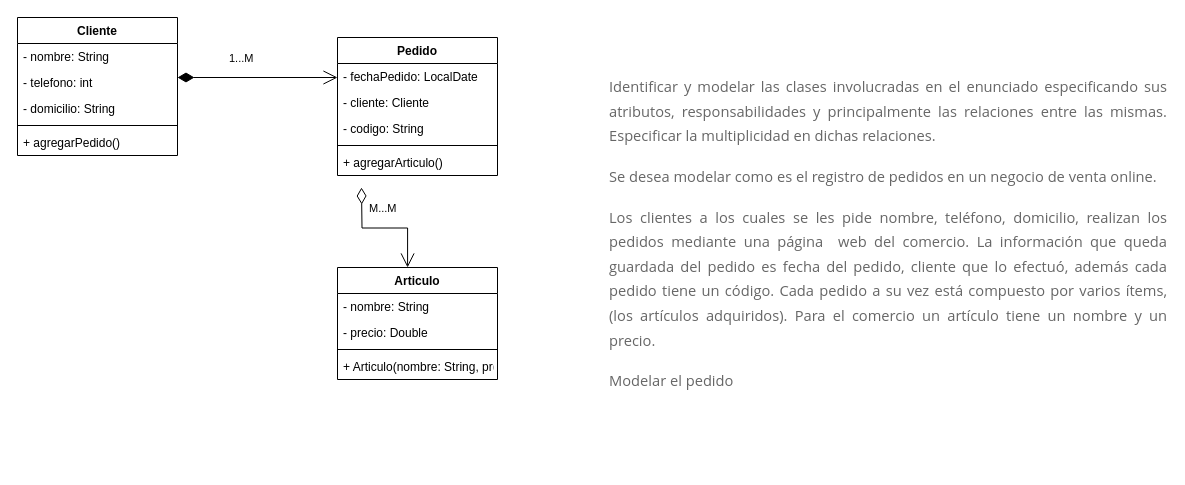
Earlier version of the draw.io diagram clase7S_modelado.drawio (NachoMol/POO). Source tidied: cells renumbered, new cells numbered last; positions are measured from the earlier drawing's top-left corner, leaving out a move shared by most shapes. Both pictures are drawn from the tidied source at 100%, with x=0, y=0 at pixel (17, 17).
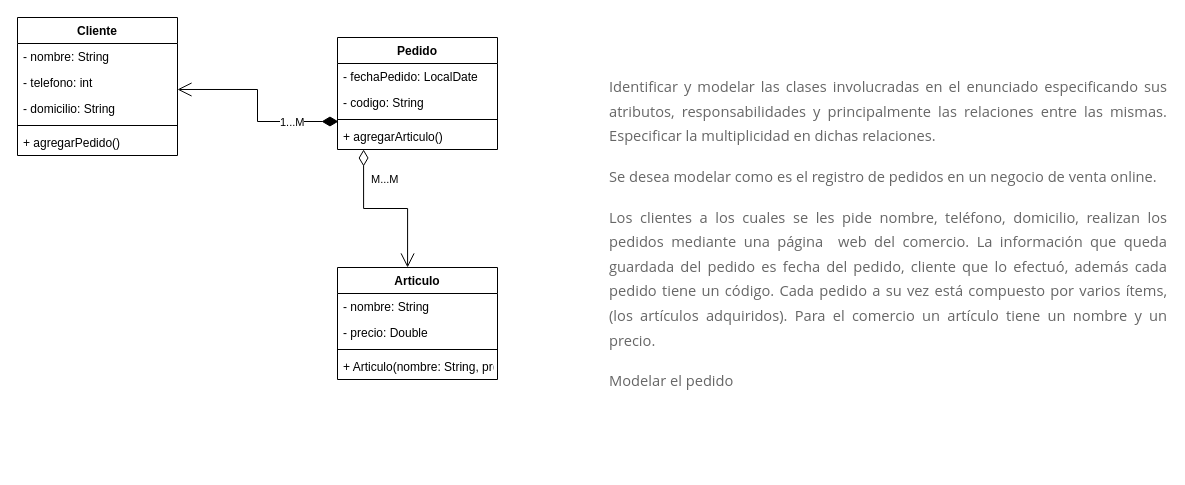
Above is the later version.

Commit message (it also covers changes not shown here):
fixeando atributos clase Pedido

The change refers to these unchanged cells:
```xml
<mxCell id="4" value="- telefono: int" style="text;strokeColor=none;fillColor=none;align=left;verticalAlign=top;spacingLeft=4;spacingRight=4;overflow=hidden;points=[[0,0.5],[1,0.5]];portConstraint=eastwest;" parent="2" vertex="1">
  <mxGeometry y="52" width="160" height="26" as="geometry" />
</mxCell>
<mxCell id="15" value="Articulo" style="swimlane;fontStyle=1;align=center;verticalAlign=top;horizontal=1;startSize=26;" parent="1" vertex="1">
  <mxGeometry x="320" y="250" width="160" height="112" as="geometry" />
</mxCell>
```

The edit, as a diff of the source:
```diff
@@
     <mxCell id="8" value="Pedido" style="swimlane;fontStyle=1;align=center;verticalAlign=top;horizontal=1;startSize=26;" parent="1" vertex="1">
-      <mxGeometry x="320" y="20" width="160" height="138" as="geometry" />
+      <mxGeometry x="320" y="20" width="160" height="112" as="geometry" />
     </mxCell>
@@
-    <mxCell id="10" value="- cliente: Cliente" style="text;strokeColor=none;fillColor=none;align=left;verticalAlign=top;spacingLeft=4;spacingRight=4;overflow=hidden;" parent="8" vertex="1">
-      <mxGeometry y="52" width="160" height="26" as="geometry" />
-    </mxCell>
     <mxCell id="11" value="- codigo: String" style="text;strokeColor=none;fillColor=none;align=left;verticalAlign=top;spacingLeft=4;spacingRight=4;overflow=hidden;" parent="8" vertex="1">
-      <mxGeometry y="78" width="160" height="26" as="geometry" />
+      <mxGeometry y="52" width="160" height="26" as="geometry" />
     </mxCell>
     <mxCell id="12" style="line;strokeWidth=1;fillColor=none;align=left;verticalAlign=middle;spacingTop=-1;spacingLeft=3;spacingRight=3;labelPosition=right;strokeColor=inherit;" parent="8" vertex="1">
-      <mxGeometry y="104" width="160" height="8" as="geometry" />
+      <mxGeometry y="78" width="160" height="8" as="geometry" />
     </mxCell>
     <mxCell id="13" value="+ agregarArticulo()" style="text;strokeColor=none;fillColor=none;align=left;verticalAlign=top;spacingLeft=4;spacingRight=4;overflow=hidden;points=[[0,0.5],[1,0.5]];portConstraint=eastwest;" parent="8" vertex="1">
-      <mxGeometry y="112" width="160" height="26" as="geometry" />
+      <mxGeometry y="86" width="160" height="26" as="geometry" />
     </mxCell>
@@
-    <mxCell id="20" value="1...M" style="endArrow=open;html=1;endSize=12;startArrow=diamondThin;startSize=14;startFill=1;edgeStyle=orthogonalEdgeStyle;align=left;verticalAlign=bottom;rounded=0;" parent="1" edge="1">
-      <mxGeometry x="-0.38" y="10" relative="1" as="geometry">
-        <mxPoint x="160" y="60" as="sourcePoint" />
-        <mxPoint x="320" y="60" as="targetPoint" />
-      </mxGeometry>
+    <mxCell id="20" value="1...M" style="endArrow=open;html=1;endSize=12;startArrow=diamondThin;startSize=14;startFill=1;edgeStyle=orthogonalEdgeStyle;align=left;verticalAlign=bottom;rounded=0;exitX=0.006;exitY=-0.077;exitDx=0;exitDy=0;exitPerimeter=0;entryX=1;entryY=0.769;entryDx=0;entryDy=0;entryPerimeter=0;" parent="1" edge="1" source="13" target="4">
+      <mxGeometry x="-0.38" y="10" relative="1" as="geometry" />
     </mxCell>
-    <mxCell id="21" value="M...M" style="endArrow=open;html=1;endSize=12;startArrow=diamondThin;startSize=14;startFill=0;edgeStyle=orthogonalEdgeStyle;align=left;verticalAlign=bottom;rounded=0;entryX=0.438;entryY=0;entryDx=0;entryDy=0;entryPerimeter=0;" parent="1" edge="1" target="15">
-      <mxGeometry x="-0.52" y="6" relative="1" as="geometry">
-        <mxPoint x="344" y="170" as="sourcePoint" />
-      </mxGeometry>
+    <mxCell id="21" value="M...M" style="endArrow=open;html=1;endSize=12;startArrow=diamondThin;startSize=14;startFill=0;edgeStyle=orthogonalEdgeStyle;align=left;verticalAlign=bottom;rounded=0;entryX=0.438;entryY=0;entryDx=0;entryDy=0;entryPerimeter=0;exitX=0.163;exitY=1;exitDx=0;exitDy=0;exitPerimeter=0;" parent="1" edge="1" source="13" target="15">
+      <mxGeometry x="-0.52" y="6" relative="1" as="geometry" />
     </mxCell>
```
